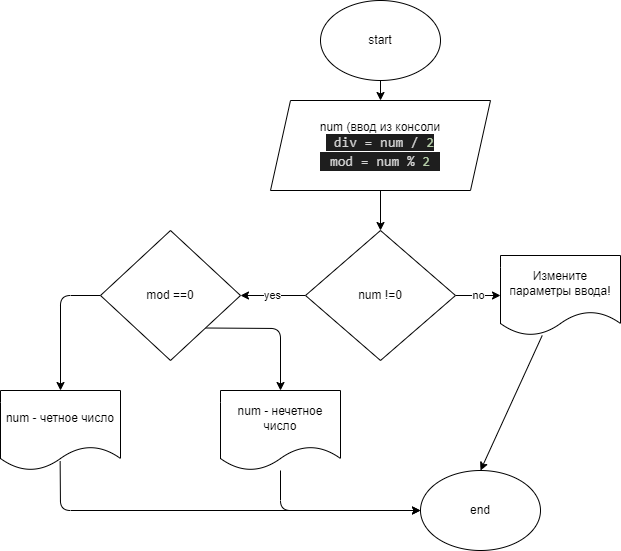
Before: zadacha6/zadacha6.drawio.png, a diagram exported from draw.io (Andrei-Serov73/Homework_08_07_22). Source tidied: cells renumbered, new cells last; positions are measured from the earlier drawing's top-left corner, leaving out a move shared by most shapes. Source of this version:
```xml
<mxGraphModel>
  <root>
    <mxCell id="0" />
    <mxCell id="1" parent="0" />
    <mxCell id="2" style="edgeStyle=none;html=1;" parent="1" edge="1" source="3" target="5">
      <mxGeometry relative="1" as="geometry" />
    </mxCell>
    <mxCell id="3" value="start" style="ellipse;whiteSpace=wrap;html=1;" parent="1" vertex="1">
      <mxGeometry x="320" width="120" height="80" as="geometry" />
    </mxCell>
    <mxCell id="4" style="edgeStyle=none;html=1;" parent="1" edge="1" source="5" target="8">
      <mxGeometry relative="1" as="geometry" />
    </mxCell>
    <mxCell id="5" value="num (ввод из консоли&lt;br&gt;&lt;span style=&quot;background-color: rgb(30 , 30 , 30) ; color: rgb(212 , 212 , 212) ; font-family: &amp;#34;consolas&amp;#34; , &amp;#34;courier new&amp;#34; , monospace ; font-size: 14px&quot;&gt;&amp;nbsp;div = num / &lt;/span&gt;&lt;span style=&quot;background-color: rgb(30 , 30 , 30) ; font-family: &amp;#34;consolas&amp;#34; , &amp;#34;courier new&amp;#34; , monospace ; font-size: 14px ; color: rgb(181 , 206 , 168)&quot;&gt;2&lt;/span&gt;&lt;br&gt;&lt;div style=&quot;color: rgb(212 , 212 , 212) ; background-color: rgb(30 , 30 , 30) ; font-family: &amp;#34;consolas&amp;#34; , &amp;#34;courier new&amp;#34; , monospace ; font-size: 14px ; line-height: 19px&quot;&gt;&lt;div&gt;mod = num % &lt;span style=&quot;color: #b5cea8&quot;&gt;2&lt;/span&gt;&lt;/div&gt;&lt;/div&gt;" style="shape=parallelogram;perimeter=parallelogramPerimeter;whiteSpace=wrap;html=1;fixedSize=1;" parent="1" vertex="1">
      <mxGeometry x="270" y="100" width="220" height="90" as="geometry" />
    </mxCell>
    <mxCell id="6" value="no" style="edgeStyle=none;html=1;" parent="1" edge="1" source="8" target="17">
      <mxGeometry relative="1" as="geometry" />
    </mxCell>
    <mxCell id="7" value="yes" style="edgeStyle=none;html=1;" parent="1" edge="1" source="8" target="11">
      <mxGeometry relative="1" as="geometry" />
    </mxCell>
    <mxCell id="8" value="num !=0" style="rhombus;whiteSpace=wrap;html=1;" parent="1" vertex="1">
      <mxGeometry x="305" y="230" width="150" height="130" as="geometry" />
    </mxCell>
    <mxCell id="9" style="edgeStyle=none;html=1;entryX=0.5;entryY=0;entryDx=0;entryDy=0;exitX=0;exitY=0.5;exitDx=0;exitDy=0;" parent="1" edge="1" source="11" target="13">
      <mxGeometry relative="1" as="geometry">
        <Array as="points">
          <mxPoint x="60" y="295" />
        </Array>
      </mxGeometry>
    </mxCell>
    <mxCell id="10" style="edgeStyle=none;html=1;entryX=0.5;entryY=0;entryDx=0;entryDy=0;exitX=1;exitY=1;exitDx=0;exitDy=0;" parent="1" edge="1" source="11" target="15">
      <mxGeometry relative="1" as="geometry">
        <Array as="points">
          <mxPoint x="280" y="328" />
        </Array>
      </mxGeometry>
    </mxCell>
    <mxCell id="11" value="mod ==0" style="rhombus;whiteSpace=wrap;html=1;" parent="1" vertex="1">
      <mxGeometry x="100" y="230" width="140" height="130" as="geometry" />
    </mxCell>
    <mxCell id="12" style="edgeStyle=none;html=1;entryX=0;entryY=0.5;entryDx=0;entryDy=0;exitX=0.497;exitY=0.885;exitDx=0;exitDy=0;exitPerimeter=0;" parent="1" edge="1" source="13" target="18">
      <mxGeometry relative="1" as="geometry">
        <Array as="points">
          <mxPoint x="60" y="510" />
        </Array>
      </mxGeometry>
    </mxCell>
    <mxCell id="13" value="num - четное число" style="shape=document;whiteSpace=wrap;html=1;boundedLbl=1;" parent="1" vertex="1">
      <mxGeometry y="390" width="120" height="80" as="geometry" />
    </mxCell>
    <mxCell id="14" style="edgeStyle=none;html=1;entryX=0;entryY=0.5;entryDx=0;entryDy=0;" parent="1" edge="1" source="15" target="18">
      <mxGeometry relative="1" as="geometry">
        <Array as="points">
          <mxPoint x="280" y="510" />
        </Array>
      </mxGeometry>
    </mxCell>
    <mxCell id="15" value="num - нечетное число" style="shape=document;whiteSpace=wrap;html=1;boundedLbl=1;" parent="1" vertex="1">
      <mxGeometry x="220" y="390" width="120" height="80" as="geometry" />
    </mxCell>
    <mxCell id="16" style="edgeStyle=none;html=1;entryX=0.5;entryY=0;entryDx=0;entryDy=0;" parent="1" edge="1" source="17" target="18">
      <mxGeometry relative="1" as="geometry" />
    </mxCell>
    <mxCell id="17" value="Измените параметры ввода!" style="shape=document;whiteSpace=wrap;html=1;boundedLbl=1;" parent="1" vertex="1">
      <mxGeometry x="500" y="255" width="120" height="80" as="geometry" />
    </mxCell>
    <mxCell id="18" value="end" style="ellipse;whiteSpace=wrap;html=1;" parent="1" vertex="1">
      <mxGeometry x="420" y="470" width="120" height="80" as="geometry" />
    </mxCell>
  </root>
</mxGraphModel>
```
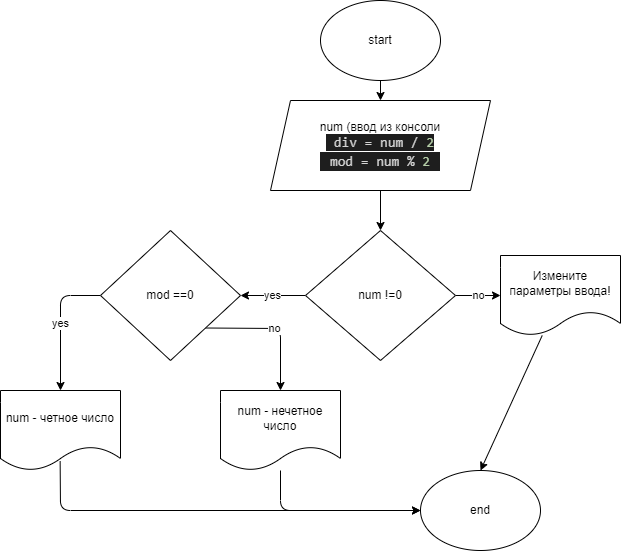
The same file after the commit.

Change to the diagram source:
```diff
@@ -23,14 +23,14 @@
     <mxCell id="8" value="num !=0" style="rhombus;whiteSpace=wrap;html=1;" parent="1" vertex="1">
       <mxGeometry x="305" y="230" width="150" height="130" as="geometry" />
     </mxCell>
-    <mxCell id="9" style="edgeStyle=none;html=1;entryX=0.5;entryY=0;entryDx=0;entryDy=0;exitX=0;exitY=0.5;exitDx=0;exitDy=0;" parent="1" edge="1" source="11" target="13">
+    <mxCell id="9" value="yes" style="edgeStyle=none;html=1;entryX=0.5;entryY=0;entryDx=0;entryDy=0;exitX=0;exitY=0.5;exitDx=0;exitDy=0;" parent="1" edge="1" source="11" target="13">
       <mxGeometry relative="1" as="geometry">
         <Array as="points">
           <mxPoint x="60" y="295" />
         </Array>
       </mxGeometry>
     </mxCell>
-    <mxCell id="10" style="edgeStyle=none;html=1;entryX=0.5;entryY=0;entryDx=0;entryDy=0;exitX=1;exitY=1;exitDx=0;exitDy=0;" parent="1" edge="1" source="11" target="15">
+    <mxCell id="10" value="no" style="edgeStyle=none;html=1;entryX=0.5;entryY=0;entryDx=0;entryDy=0;exitX=1;exitY=1;exitDx=0;exitDy=0;" parent="1" edge="1" source="11" target="15">
       <mxGeometry relative="1" as="geometry">
         <Array as="points">
           <mxPoint x="280" y="328" />
```
